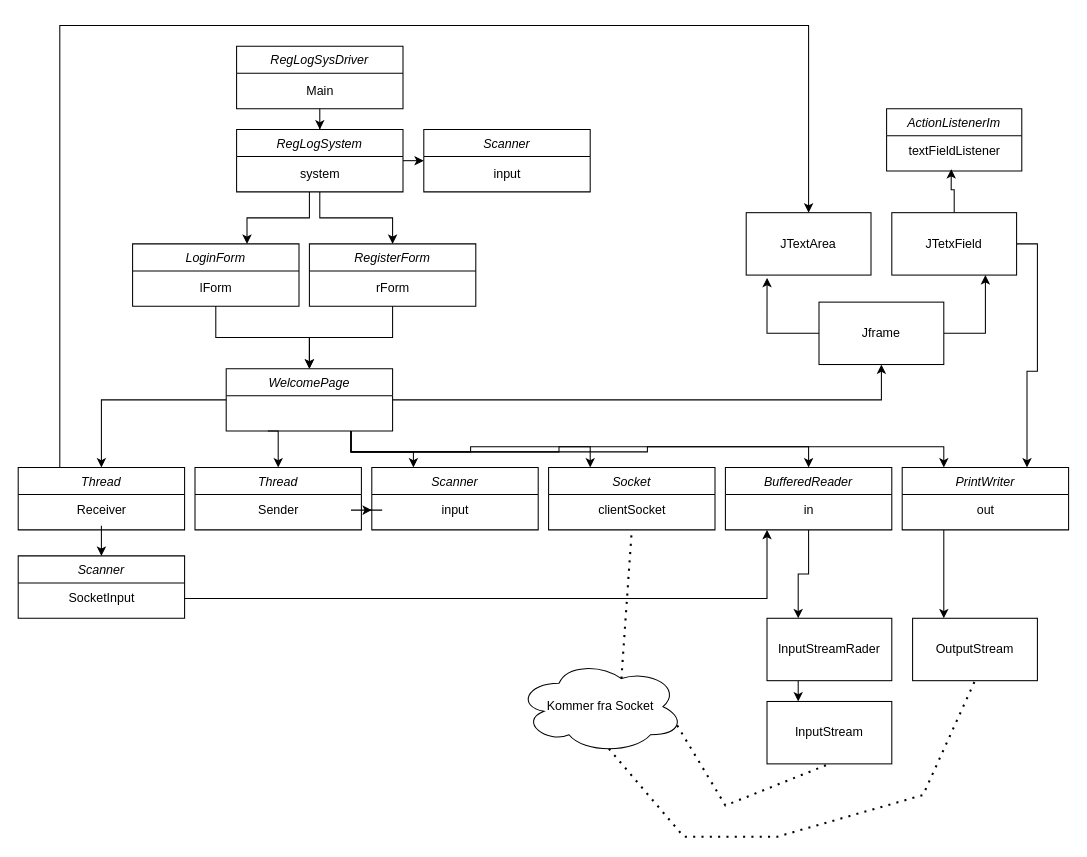
Above: Diagramer/Klassediagram_klient.drawio in Simon9877/prog-Eksamensprojekt (draw.io), before the change. Source tidied: cells renumbered, new cells numbered last; positions are measured from the earlier drawing's top-left corner, leaving out a move shared by most shapes. Both pictures are drawn from the tidied source at 104%, with x=0, y=0 at pixel (18, 25).
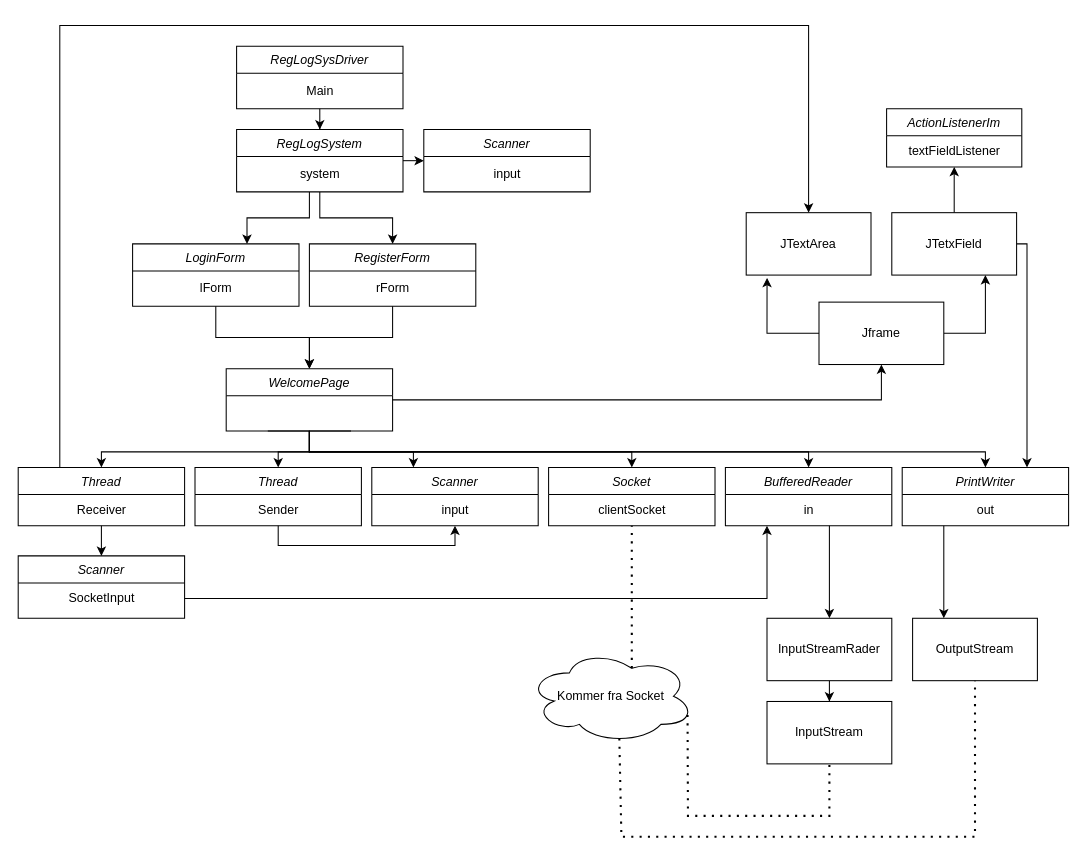
After the change.

Unchanged cells that the change refers to:
```xml
<mxCell id="19" value="WelcomePage" style="swimlane;fontStyle=2;align=center;verticalAlign=top;horizontal=1;startSize=26;rounded=0;shadow=0;strokeWidth=1;" parent="1" vertex="1">
  <mxGeometry x="200" y="330" width="160" height="60" as="geometry" />
</mxCell>
<mxCell id="24" value="Sender" style="text;html=1;align=center;verticalAlign=middle;points=[];strokeColor=none;fillColor=none;" parent="23" vertex="1">
  <mxGeometry y="26" width="160" height="30" as="geometry" />
</mxCell>
<mxCell id="26" value="input" style="text;html=1;align=center;verticalAlign=middle;points=[];strokeColor=none;fillColor=none;" parent="25" vertex="1">
  <mxGeometry y="26" width="160" height="30" as="geometry" />
</mxCell>
<mxCell id="30" value="textFieldListener" style="text;html=1;align=center;verticalAlign=middle;points=[];strokeColor=none;fillColor=none;" parent="29" vertex="1">
  <mxGeometry y="26" width="130" height="30" as="geometry" />
</mxCell>
<mxCell id="40" value="in" style="text;html=1;align=center;verticalAlign=middle;points=[];strokeColor=none;fillColor=none;" parent="39" vertex="1">
  <mxGeometry y="26" width="160" height="30" as="geometry" />
</mxCell>
<mxCell id="43" value="InputStreamRader" style="rounded=0;whiteSpace=wrap;html=1;" parent="1" vertex="1">
  <mxGeometry x="720" y="570" width="120" height="60" as="geometry" />
</mxCell>
<mxCell id="44" value="InputStream" style="rounded=0;whiteSpace=wrap;html=1;" parent="1" vertex="1">
  <mxGeometry x="720" y="650" width="120" height="60" as="geometry" />
</mxCell>
<mxCell id="45" value="OutputStream" style="rounded=0;whiteSpace=wrap;html=1;" parent="1" vertex="1">
  <mxGeometry x="860" y="570" width="120" height="60" as="geometry" />
</mxCell>
<mxCell id="52" value="Jframe" style="rounded=0;whiteSpace=wrap;html=1;" parent="1" vertex="1">
  <mxGeometry x="770" y="266" width="120" height="60" as="geometry" />
</mxCell>
<mxCell id="56" value="JTetxField" style="rounded=0;whiteSpace=wrap;html=1;" parent="1" vertex="1">
  <mxGeometry x="840" y="180" width="120" height="60" as="geometry" />
</mxCell>
```

Diff of the diagram source:
```diff
@@
     <mxCell id="12" style="edgeStyle=orthogonalEdgeStyle;rounded=0;jettySize=auto;html=1;" parent="1" edge="1" source="19" target="21">
-      <mxGeometry relative="1" as="geometry" />
+      <mxGeometry relative="1" as="geometry">
+        <Array as="points">
+          <mxPoint x="280" y="410" />
+          <mxPoint x="80" y="410" />
+        </Array>
+      </mxGeometry>
     </mxCell>
     <mxCell id="13" style="edgeStyle=orthogonalEdgeStyle;rounded=0;jettySize=auto;html=1;exitX=0.25;exitY=1;exitDx=0;exitDy=0;entryX=0.5;entryY=0;entryDx=0;entryDy=0;" parent="1" edge="1" source="19" target="23">
-      <mxGeometry relative="1" as="geometry" />
+      <mxGeometry relative="1" as="geometry">
+        <Array as="points">
+          <mxPoint x="280" y="390" />
+          <mxPoint x="280" y="410" />
+          <mxPoint x="250" y="410" />
+        </Array>
+      </mxGeometry>
     </mxCell>
     <mxCell id="14" style="edgeStyle=orthogonalEdgeStyle;rounded=0;jettySize=auto;html=1;exitX=0.75;exitY=1;exitDx=0;exitDy=0;entryX=0.25;entryY=0;entryDx=0;entryDy=0;" parent="1" edge="1" source="19" target="25">
-      <mxGeometry relative="1" as="geometry" />
+      <mxGeometry relative="1" as="geometry">
+        <Array as="points">
+          <mxPoint x="280" y="390" />
+          <mxPoint x="280" y="410" />
+          <mxPoint x="380" y="410" />
+        </Array>
+      </mxGeometry>
     </mxCell>
+    <mxCell id="18" style="edgeStyle=orthogonalEdgeStyle;rounded=0;jettySize=auto;html=1;exitX=1;exitY=0.5;exitDx=0;exitDy=0;entryX=0.5;entryY=1;entryDx=0;entryDy=0;" parent="1" edge="1" source="19" target="52">
+      <mxGeometry relative="1" as="geometry" />
+    </mxCell>
-    <mxCell id="15" style="edgeStyle=orthogonalEdgeStyle;rounded=0;jettySize=auto;html=1;exitX=0.75;exitY=1;exitDx=0;exitDy=0;entryX=0.25;entryY=0;entryDx=0;entryDy=0;" parent="1" edge="1" source="19" target="27">
-      <mxGeometry relative="1" as="geometry" />
+    <mxCell id="15" style="edgeStyle=orthogonalEdgeStyle;rounded=0;jettySize=auto;html=1;" parent="1" edge="1" source="19" target="27">
+      <mxGeometry relative="1" as="geometry">
+        <Array as="points">
+          <mxPoint x="280" y="410" />
+          <mxPoint x="590" y="410" />
+        </Array>
+      </mxGeometry>
     </mxCell>
-    <mxCell id="16" style="edgeStyle=orthogonalEdgeStyle;rounded=0;jettySize=auto;html=1;exitX=0.75;exitY=1;exitDx=0;exitDy=0;entryX=0.5;entryY=0;entryDx=0;entryDy=0;" parent="1" edge="1" source="19" target="39">
-      <mxGeometry relative="1" as="geometry" />
+    <mxCell id="16" style="edgeStyle=orthogonalEdgeStyle;rounded=0;jettySize=auto;html=1;" parent="1" edge="1" source="19" target="39">
+      <mxGeometry relative="1" as="geometry">
+        <Array as="points">
+          <mxPoint x="280" y="410" />
+          <mxPoint x="760" y="410" />
+        </Array>
+      </mxGeometry>
     </mxCell>
-    <mxCell id="17" style="edgeStyle=orthogonalEdgeStyle;rounded=0;jettySize=auto;html=1;exitX=0.75;exitY=1;exitDx=0;exitDy=0;entryX=0.25;entryY=0;entryDx=0;entryDy=0;" parent="1" edge="1" source="19" target="32">
-      <mxGeometry relative="1" as="geometry" />
+    <mxCell id="17" style="edgeStyle=orthogonalEdgeStyle;rounded=0;jettySize=auto;html=1;" parent="1" edge="1" source="19" target="32">
+      <mxGeometry relative="1" as="geometry">
+        <Array as="points">
+          <mxPoint x="280" y="410" />
+          <mxPoint x="930" y="410" />
+        </Array>
+      </mxGeometry>
     </mxCell>
-    <mxCell id="18" style="edgeStyle=orthogonalEdgeStyle;rounded=0;jettySize=auto;html=1;exitX=1;exitY=0.5;exitDx=0;exitDy=0;entryX=0.5;entryY=1;entryDx=0;entryDy=0;" parent="1" edge="1" source="19" target="52">
-      <mxGeometry relative="1" as="geometry" />
-    </mxCell>
@@
     <mxCell id="21" value="Thread" style="swimlane;fontStyle=2;align=center;verticalAlign=top;horizontal=1;startSize=26;rounded=0;shadow=0;strokeWidth=1;" parent="1" vertex="1">
-      <mxGeometry y="425" width="160" height="60" as="geometry" />
+      <mxGeometry y="425" width="160" height="56" as="geometry" />
     </mxCell>
@@
     <mxCell id="23" value="Thread" style="swimlane;fontStyle=2;align=center;verticalAlign=top;horizontal=1;startSize=26;rounded=0;shadow=0;strokeWidth=1;" parent="1" vertex="1">
-      <mxGeometry x="170" y="425" width="160" height="60" as="geometry" />
+      <mxGeometry x="170" y="425" width="160" height="56" as="geometry" />
     </mxCell>
@@
     <mxCell id="25" value="Scanner" style="swimlane;fontStyle=2;align=center;verticalAlign=top;horizontal=1;startSize=26;rounded=0;shadow=0;strokeWidth=1;" parent="1" vertex="1">
-      <mxGeometry x="340" y="425" width="160" height="60" as="geometry" />
+      <mxGeometry x="340" y="425" width="160" height="56" as="geometry" />
     </mxCell>
@@
     <mxCell id="27" value="Socket" style="swimlane;fontStyle=2;align=center;verticalAlign=top;horizontal=1;startSize=26;rounded=0;shadow=0;strokeWidth=1;" parent="1" vertex="1">
-      <mxGeometry x="510" y="425" width="160" height="60" as="geometry" />
+      <mxGeometry x="510" y="425" width="160" height="56" as="geometry" />
     </mxCell>
@@
     <mxCell id="29" value="ActionListenerIm" style="swimlane;fontStyle=2;align=center;verticalAlign=top;horizontal=1;startSize=26;rounded=0;shadow=0;strokeWidth=1;" parent="1" vertex="1">
-      <mxGeometry x="835" y="80" width="130" height="60" as="geometry" />
+      <mxGeometry x="835" y="80" width="130" height="56" as="geometry" />
     </mxCell>
@@
     <mxCell id="32" value="PrintWriter" style="swimlane;fontStyle=2;align=center;verticalAlign=top;horizontal=1;startSize=26;rounded=0;shadow=0;strokeWidth=1;" parent="1" vertex="1">
-      <mxGeometry x="850" y="425" width="160" height="60" as="geometry" />
+      <mxGeometry x="850" y="425" width="160" height="56" as="geometry" />
     </mxCell>
@@
-    <mxCell id="37" style="edgeStyle=orthogonalEdgeStyle;rounded=0;jettySize=auto;html=1;" parent="1" edge="1" source="24" target="26">
-      <mxGeometry relative="1" as="geometry" />
-    </mxCell>
-    <mxCell id="38" style="edgeStyle=orthogonalEdgeStyle;rounded=0;jettySize=auto;html=1;exitX=0.5;exitY=1;exitDx=0;exitDy=0;entryX=0.25;entryY=0;entryDx=0;entryDy=0;" parent="1" edge="1" source="39" target="43">
-      <mxGeometry relative="1" as="geometry" />
-    </mxCell>
     <mxCell id="39" value="BufferedReader" style="swimlane;fontStyle=2;align=center;verticalAlign=top;horizontal=1;startSize=26;rounded=0;shadow=0;strokeWidth=1;" parent="1" vertex="1">
-      <mxGeometry x="680" y="425" width="160" height="60" as="geometry" />
+      <mxGeometry x="680" y="425" width="160" height="56" as="geometry" />
     </mxCell>
@@
-    <mxCell id="42" style="edgeStyle=orthogonalEdgeStyle;rounded=0;jettySize=auto;html=1;exitX=0.25;exitY=1;exitDx=0;exitDy=0;entryX=0.25;entryY=0;entryDx=0;entryDy=0;" parent="1" edge="1" source="43" target="44">
+    <mxCell id="42" style="edgeStyle=orthogonalEdgeStyle;rounded=0;jettySize=auto;html=1;" parent="1" edge="1" source="43" target="44">
       <mxGeometry relative="1" as="geometry" />
     </mxCell>
@@
     <mxCell id="46" value="Kommer fra Socket" style="ellipse;shape=cloud;whiteSpace=wrap;html=1;" parent="1" vertex="1">
-      <mxGeometry x="480" y="610" width="160" height="90" as="geometry" />
+      <mxGeometry x="490" y="600" width="160" height="90" as="geometry" />
     </mxCell>
     <mxCell id="47" style="endArrow=none;dashed=1;html=1;dashPattern=1 3;strokeWidth=2;rounded=0;exitX=0.96;exitY=0.7;exitDx=0;exitDy=0;exitPerimeter=0;entryX=0.5;entryY=1;entryDx=0;entryDy=0;" parent="1" edge="1" source="46" target="44">
       <mxGeometry relative="1" as="geometry">
         <Array as="points">
-          <mxPoint x="680" y="750" />
+          <mxPoint x="644" y="760" />
+          <mxPoint x="780" y="760" />
         </Array>
       </mxGeometry>
     </mxCell>
     <mxCell id="48" style="endArrow=none;dashed=1;html=1;dashPattern=1 3;strokeWidth=2;rounded=0;exitX=0.55;exitY=0.95;exitDx=0;exitDy=0;exitPerimeter=0;entryX=0.5;entryY=1;entryDx=0;entryDy=0;" parent="1" edge="1" source="46" target="45">
       <mxGeometry relative="1" as="geometry">
         <Array as="points">
-          <mxPoint x="640" y="780" />
+          <mxPoint x="580" y="780" />
           <mxPoint x="730" y="780" />
-          <mxPoint x="870" y="740" />
+          <mxPoint x="920" y="780" />
         </Array>
       </mxGeometry>
     </mxCell>
@@
     <mxCell id="54" style="edgeStyle=orthogonalEdgeStyle;rounded=0;jettySize=auto;html=1;exitX=1;exitY=0.5;exitDx=0;exitDy=0;entryX=0.75;entryY=0;entryDx=0;entryDy=0;" parent="1" edge="1" source="56" target="32">
-      <mxGeometry relative="1" as="geometry" />
+      <mxGeometry relative="1" as="geometry">
+        <Array as="points">
+          <mxPoint x="970" y="210" />
+        </Array>
+      </mxGeometry>
     </mxCell>
-    <mxCell id="55" style="edgeStyle=orthogonalEdgeStyle;rounded=0;jettySize=auto;html=1;entryX=0.478;entryY=1.071;entryDx=0;entryDy=0;entryPerimeter=0;" parent="1" edge="1" source="56" target="30">
+    <mxCell id="55" style="edgeStyle=orthogonalEdgeStyle;rounded=0;jettySize=auto;html=1;" parent="1" edge="1" source="56" target="30">
       <mxGeometry relative="1" as="geometry" />
     </mxCell>
@@
+    <mxCell id="37" style="edgeStyle=orthogonalEdgeStyle;rounded=0;jettySize=auto;html=1;" parent="1" edge="1" source="24" target="26">
+      <mxGeometry relative="1" as="geometry">
+        <Array as="points">
+          <mxPoint x="250" y="500" />
+          <mxPoint x="420" y="500" />
+        </Array>
+      </mxGeometry>
+    </mxCell>
+    <mxCell id="64" style="edgeStyle=orthogonalEdgeStyle;rounded=0;jettySize=auto;html=1;" parent="1" edge="1" source="40" target="43">
+      <mxGeometry relative="1" as="geometry">
+        <Array as="points">
+          <mxPoint x="780" y="520" />
+          <mxPoint x="780" y="520" />
+        </Array>
+      </mxGeometry>
+    </mxCell>
```
